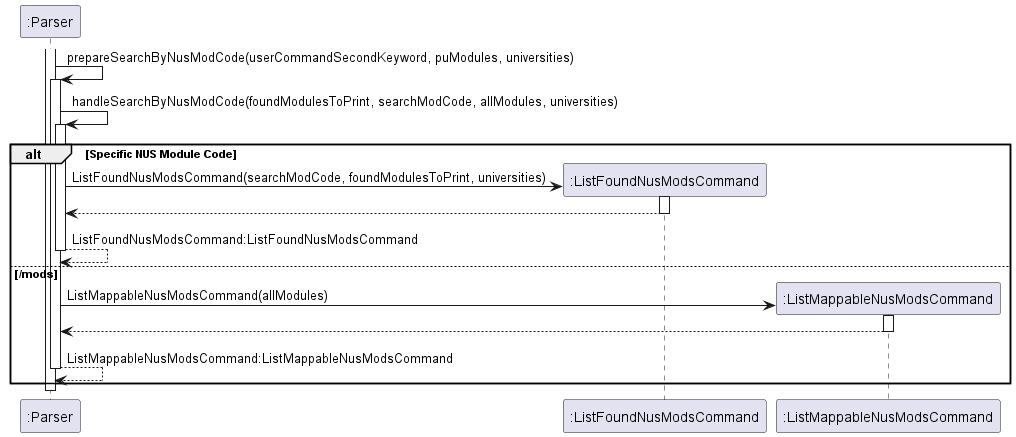
Above: docs/diagrams/remove/prepareSearchByNusModCode.png in nus-cs2113-AY2223S2/tp (PlantUML), before the change. Its diagram source:
```plantuml
@startuml

activate ":Parser"
":Parser" -> ":Parser":prepareSearchByNusModCode(userCommandSecondKeyword, puModules, universities)
activate ":Parser"
":Parser" -> ":Parser": handleSearchByNusModCode(foundModulesToPrint, searchModCode, allModules, universities)
activate ":Parser"
alt Specific NUS Module Code
    create ":ListFoundNusModsCommand"
    ":Parser" -> ":ListFoundNusModsCommand": ListFoundNusModsCommand(searchModCode, foundModulesToPrint, universities)
    activate ":ListFoundNusModsCommand"
    ":Parser" <-- ":ListFoundNusModsCommand"
    deactivate ":ListFoundNusModsCommand"
    ":Parser" --> ":Parser": ListFoundNusModsCommand:ListFoundNusModsCommand
    deactivate ":Parser"
else /mods
    create ":ListMappableNusModsCommand"
    ":Parser" -> ":ListMappableNusModsCommand": ListMappableNusModsCommand(allModules)
    activate ":ListMappableNusModsCommand"
    ":Parser" <-- ":ListMappableNusModsCommand"
    deactivate ":ListMappableNusModsCommand"
    ":Parser" --> ":Parser": ListMappableNusModsCommand:ListMappableNusModsCommand
    deactivate ":Parser"
end
deactivate ":Parser"
@enduml
```
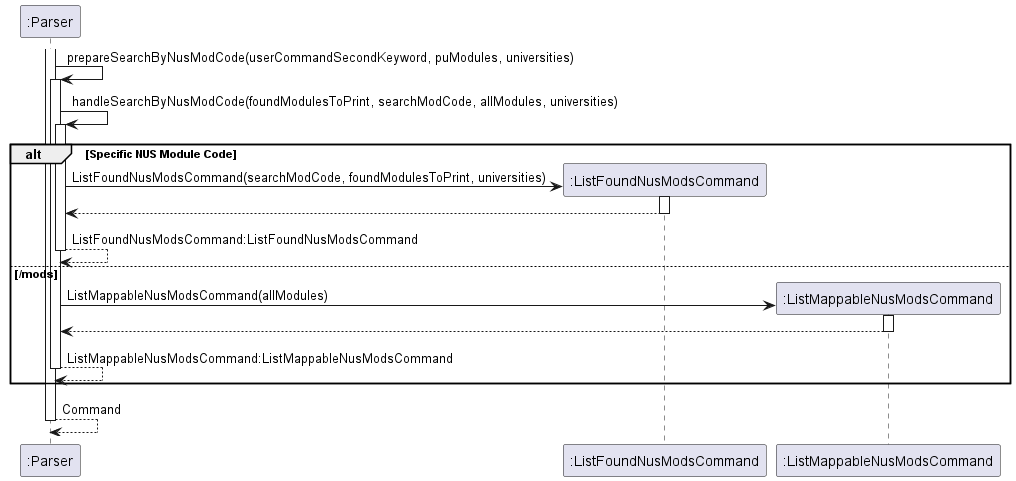
The same file after the commit.

Change to the diagram source:
```diff
@@ -22,5 +22,6 @@
     ":Parser" --> ":Parser": ListMappableNusModsCommand:ListMappableNusModsCommand
     deactivate ":Parser"
 end
+":Parser" --> ":Parser": Command
 deactivate ":Parser"
 @enduml
```
